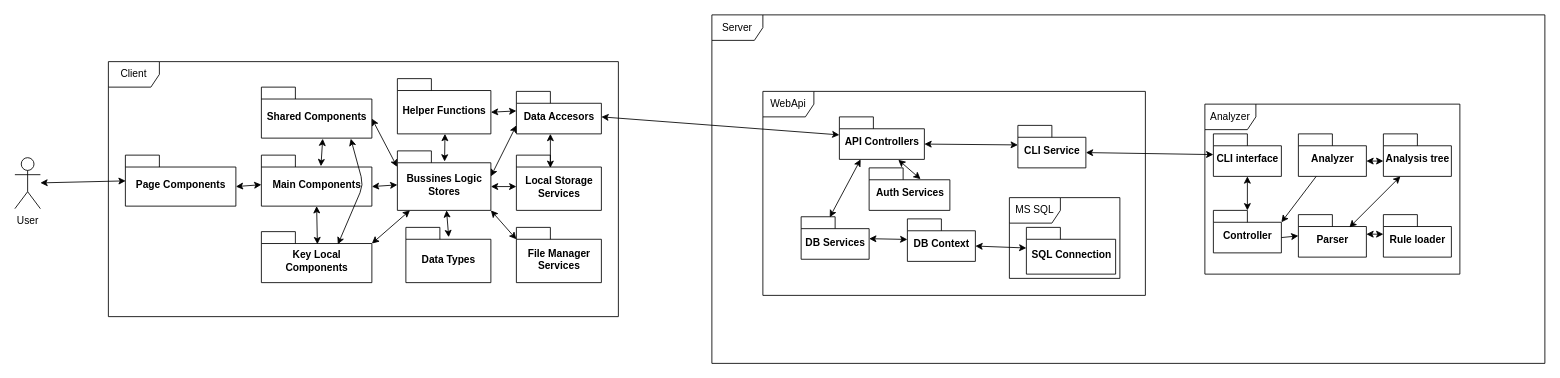
This is documentation/diagrams/arhitecture.drawio from Akitektuo/Thesis, a draw.io file, before an edit. Source tidied: cells renumbered, new cells numbered last; positions are measured from the earlier drawing's top-left corner, leaving out a move shared by most shapes. Both pictures are drawn from the tidied source at 85%, with x=0, y=0 at pixel (14, 14).
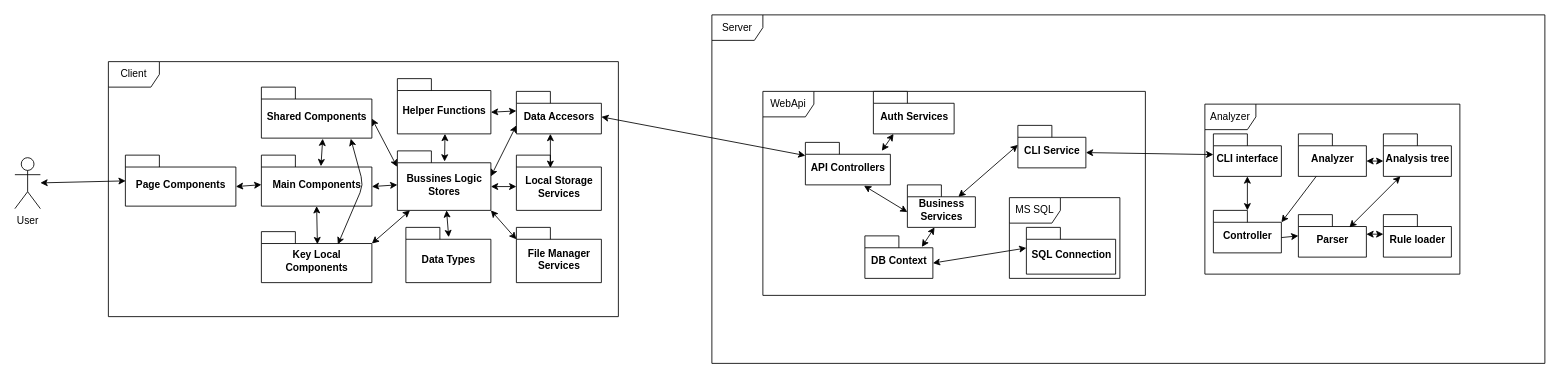
The same page after the edit.

Unchanged cells that the change refers to:
```xml
<mxCell id="19" value="CLI Service" style="shape=folder;fontStyle=1;spacingTop=10;tabWidth=40;tabHeight=14;tabPosition=left;html=1;" parent="1" vertex="1">
  <mxGeometry x="1180" y="130" width="80" height="50" as="geometry" />
</mxCell>
```

Change to the diagram source:
```diff
@@
     <mxCell id="22" value="DB Context" style="shape=folder;fontStyle=1;spacingTop=10;tabWidth=40;tabHeight=14;tabPosition=left;html=1;" parent="1" vertex="1">
-      <mxGeometry x="1050" y="240" width="80" height="50" as="geometry" />
+      <mxGeometry x="1000" y="260" width="80" height="50" as="geometry" />
     </mxCell>
-    <mxCell id="23" value="DB Services" style="shape=folder;fontStyle=1;spacingTop=10;tabWidth=40;tabHeight=14;tabPosition=left;html=1;" parent="1" vertex="1">
-      <mxGeometry x="925" y="237.5" width="80" height="50" as="geometry" />
+    <mxCell id="23" value="Business&lt;br&gt;Services" style="shape=folder;fontStyle=1;spacingTop=10;tabWidth=40;tabHeight=14;tabPosition=left;html=1;" parent="1" vertex="1">
+      <mxGeometry x="1050" y="200" width="80" height="50" as="geometry" />
     </mxCell>
     <mxCell id="24" value="API Controllers" style="shape=folder;fontStyle=1;spacingTop=10;tabWidth=40;tabHeight=14;tabPosition=left;html=1;" parent="1" vertex="1">
-      <mxGeometry x="970" y="120" width="100" height="50" as="geometry" />
+      <mxGeometry x="930" y="150" width="100" height="50" as="geometry" />
     </mxCell>
     <mxCell id="25" value="Auth Services" style="shape=folder;fontStyle=1;spacingTop=10;tabWidth=40;tabHeight=14;tabPosition=left;html=1;" parent="1" vertex="1">
-      <mxGeometry x="1005" y="180" width="95" height="50" as="geometry" />
+      <mxGeometry x="1010" y="90" width="95" height="50" as="geometry" />
     </mxCell>
-    <mxCell id="26" style="endArrow=classic;startArrow=classic;html=1;entryX=0;entryY=0;entryDx=0;entryDy=23;entryPerimeter=0;exitX=0;exitY=0;exitDx=100;exitDy=32;exitPerimeter=0;" parent="1" edge="1" source="24" target="19">
+    <mxCell id="26" style="endArrow=classic;startArrow=classic;html=1;entryX=0;entryY=0;entryDx=0;entryDy=23;entryPerimeter=0;exitX=0;exitY=0;exitDx=60;exitDy=14;exitPerimeter=0;" parent="1" edge="1" source="23" target="19">
       <mxGeometry relative="1" as="geometry" />
     </mxCell>
-    <mxCell id="27" style="endArrow=classic;startArrow=classic;html=1;entryX=0.637;entryY=0.265;entryDx=0;entryDy=0;entryPerimeter=0;exitX=0.693;exitY=1.01;exitDx=0;exitDy=0;exitPerimeter=0;" parent="1" edge="1" source="24" target="25">
-      <mxGeometry relative="1" as="geometry" />
+    <mxCell id="27" style="endArrow=classic;startArrow=classic;html=1;entryX=0.25;entryY=1;entryDx=0;entryDy=0;entryPerimeter=0;" parent="1" edge="1" target="25">
+      <mxGeometry relative="1" as="geometry">
+        <mxPoint x="1020" y="160" as="sourcePoint" />
+      </mxGeometry>
     </mxCell>
-    <mxCell id="28" style="endArrow=classic;startArrow=classic;html=1;entryX=0.25;entryY=1;entryDx=0;entryDy=0;entryPerimeter=0;exitX=0.421;exitY=0.011;exitDx=0;exitDy=0;exitPerimeter=0;" parent="1" edge="1" source="23" target="24">
+    <mxCell id="28" style="endArrow=classic;startArrow=classic;html=1;entryX=0.69;entryY=1.02;entryDx=0;entryDy=0;entryPerimeter=0;exitX=0;exitY=0;exitDx=0;exitDy=32;exitPerimeter=0;" parent="1" edge="1" source="23" target="24">
       <mxGeometry relative="1" as="geometry" />
     </mxCell>
-    <mxCell id="29" style="endArrow=classic;startArrow=classic;html=1;" parent="1" edge="1">
-      <mxGeometry relative="1" as="geometry">
-        <mxPoint x="1005" y="263.3" as="sourcePoint" />
-        <mxPoint x="1050" y="264.2" as="targetPoint" />
-      </mxGeometry>
+    <mxCell id="29" style="endArrow=classic;startArrow=classic;html=1;entryX=0.4;entryY=1;entryDx=0;entryDy=0;entryPerimeter=0;exitX=0.838;exitY=0.26;exitDx=0;exitDy=0;exitPerimeter=0;" parent="1" edge="1" source="22" target="23">
+      <mxGeometry relative="1" as="geometry" />
     </mxCell>
```
